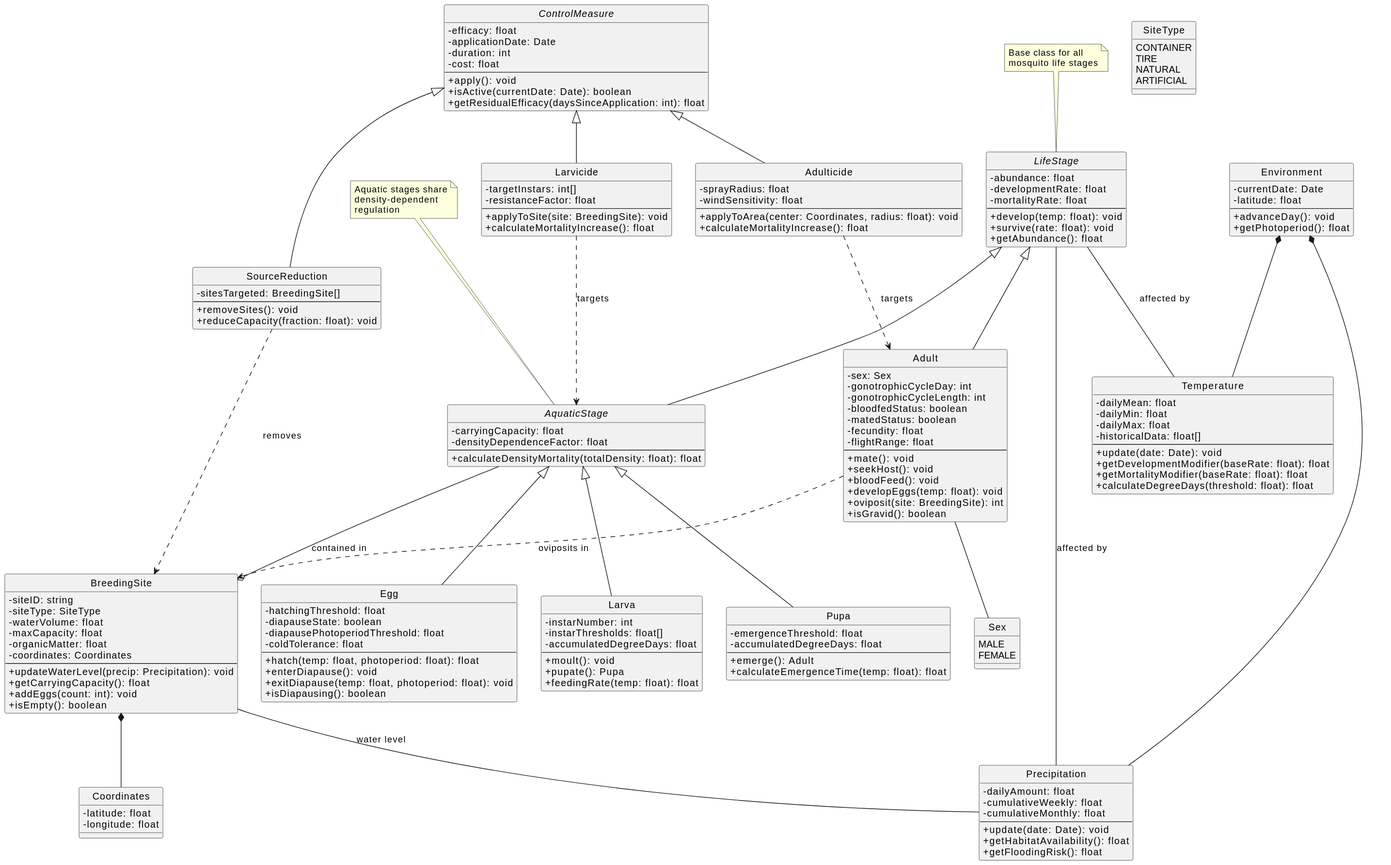
The PlantUML diagram plantuml/figures/AedesClassDiagram.svg in sciom/aedes-uml-framework, before a commit. Source of this version:
```plantuml
@startuml
skinparam classAttributeIconSize 0
hide circle

abstract class LifeStage {
  - abundance: float
  - developmentRate: float
  - mortalityRate: float
  --
  + develop(temp: float): void
  + survive(rate: float): void
  + getAbundance(): float
}

abstract class AquaticStage {
  - carryingCapacity: float
  - densityDependenceFactor: float
  --
  + calculateDensityMortality(totalDensity: float): float
}

class Egg {
  - hatchingThreshold: float
  - diapauseState: boolean
  - diapausePhotoperiodThreshold: float
  - coldTolerance: float
  --
  + hatch(temp: float, photoperiod: float): float
  + enterDiapause(): void
  + exitDiapause(temp: float, photoperiod: float): void
  + isDiapausing(): boolean
}

class Larva {
  - instarNumber: int
  - instarThresholds: float[]
  - accumulatedDegreeDays: float
  --
  + moult(): void
  + pupate(): Pupa
  + feedingRate(temp: float): float
}

class Pupa {
  - emergenceThreshold: float
  - accumulatedDegreeDays: float
  --
  + emerge(): Adult
  + calculateEmergenceTime(temp: float): float
}

class Adult {
  - sex: Sex
  - gonotrophicCycleDay: int
  - gonotrophicCycleLength: int
  - bloodfedStatus: boolean
  - matedStatus: boolean
  - fecundity: float
  - flightRange: float
  --
  + mate(): void
  + seekHost(): void
  + bloodFeed(): void
  + developEggs(temp: float): void
  + oviposit(site: BreedingSite): int
  + isGravid(): boolean
}

enum Sex {
  MALE
  FEMALE
}

class Environment {
  - currentDate: Date
  - latitude: float
  --
  + advanceDay(): void
  + getPhotoperiod(): float
}

class Temperature {
  - dailyMean: float
  - dailyMin: float
  - dailyMax: float
  - historicalData: float[]
  --
  + update(date: Date): void
  + getDevelopmentModifier(baseRate: float): float
  + getMortalityModifier(baseRate: float): float
  + calculateDegreeDays(threshold: float): float
}

class Precipitation {
  - dailyAmount: float
  - cumulativeWeekly: float
  - cumulativeMonthly: float
  --
  + update(date: Date): void
  + getHabitatAvailability(): float
  + getFloodingRisk(): float
}

class BreedingSite {
  - siteID: string
  - siteType: SiteType
  - waterVolume: float
  - maxCapacity: float
  - organicMatter: float
  - coordinates: Coordinates
  --
  + updateWaterLevel(precip: Precipitation): void
  + getCarryingCapacity(): float
  + addEggs(count: int): void
  + isEmpty(): boolean
}

enum SiteType {
  CONTAINER
  TIRE
  NATURAL
  ARTIFICIAL
}

class Coordinates {
  - latitude: float
  - longitude: float
}

abstract class ControlMeasure {
  - efficacy: float
  - applicationDate: Date
  - duration: int
  - cost: float
  --
  + apply(): void
  + isActive(currentDate: Date): boolean
  + getResidualEfficacy(daysSinceApplication: int): float
}

class Larvicide {
  - targetInstars: int[]
  - resistanceFactor: float
  --
  + applyToSite(site: BreedingSite): void
  + calculateMortalityIncrease(): float
}

class Adulticide {
  - sprayRadius: float
  - windSensitivity: float
  --
  + applyToArea(center: Coordinates, radius: float): void
  + calculateMortalityIncrease(): float
}

class SourceReduction {
  - sitesTargeted: BreedingSite[]
  --
  + removeSites(): void
  + reduceCapacity(fraction: float): void
}

LifeStage <|-- AquaticStage
AquaticStage <|-- Egg
AquaticStage <|-- Larva
AquaticStage <|-- Pupa
LifeStage <|-- Adult

ControlMeasure <|-- Larvicide
ControlMeasure <|-- Adulticide
ControlMeasure <|-- SourceReduction

Environment *-- Temperature
Environment *-- Precipitation

LifeStage -- Temperature : affected by
LifeStage -- Precipitation : affected by

AquaticStage --o BreedingSite : contained in
Adult ..> BreedingSite : oviposits in

BreedingSite *-- Coordinates
BreedingSite -- Precipitation : water level

Larvicide ..> AquaticStage : targets
Adulticide ..> Adult : targets
SourceReduction ..> BreedingSite : removes

Adult -- Sex

note "Base class for all\nmosquito life stages" as N1
N1 .. LifeStage

note "Aquatic stages share\ndensity-dependent\nregulation" as N2
N2 .. AquaticStage
@enduml
```
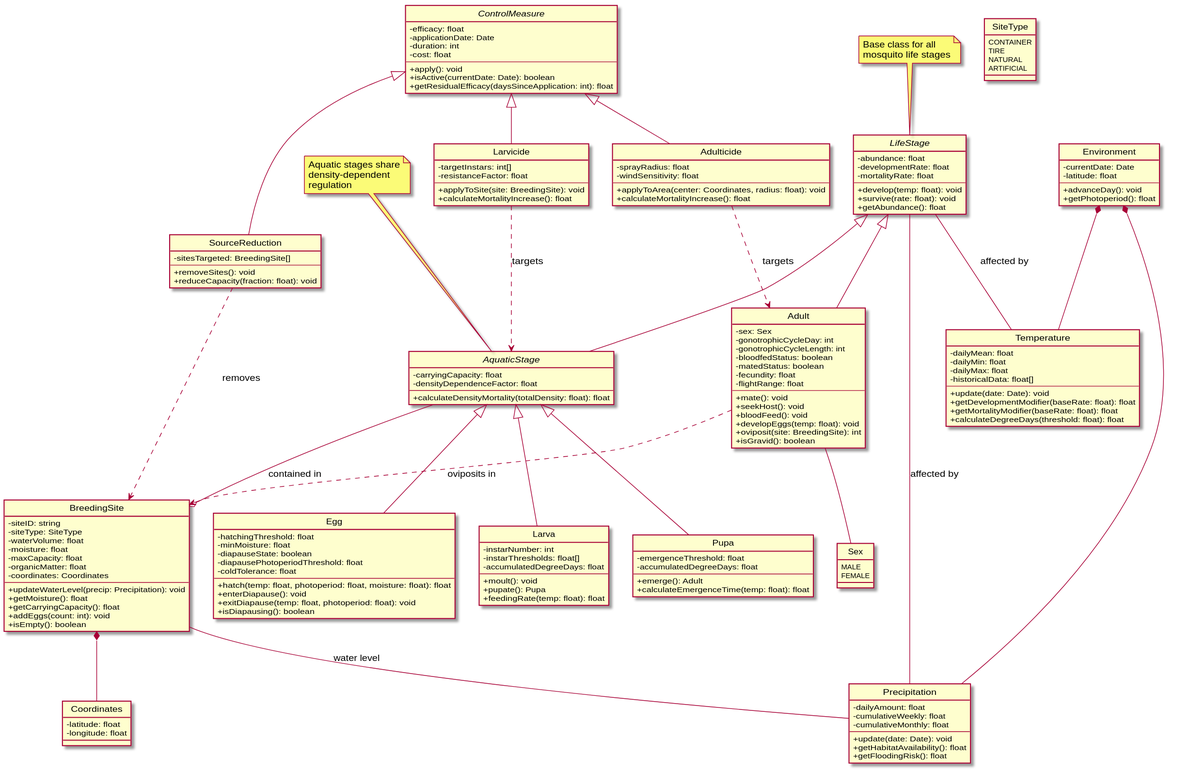
After the change.

Change to the diagram source:
```diff
@@ -1,4 +1,5 @@
-@startuml
+@startuml AedesClassDiagram
+
 skinparam classAttributeIconSize 0
 hide circle
 
@@ -21,11 +22,12 @@
 
 class Egg {
   - hatchingThreshold: float
+  - minMoisture: float
   - diapauseState: boolean
   - diapausePhotoperiodThreshold: float
   - coldTolerance: float
   --
-  + hatch(temp: float, photoperiod: float): float
+  + hatch(temp: float, photoperiod: float, moisture: float): float
   + enterDiapause(): void
   + exitDiapause(temp: float, photoperiod: float): void
   + isDiapausing(): boolean
@@ -105,11 +107,13 @@
   - siteID: string
   - siteType: SiteType
   - waterVolume: float
+  - moisture: float
   - maxCapacity: float
   - organicMatter: float
   - coordinates: Coordinates
   --
   + updateWaterLevel(precip: Precipitation): void
+  + getMoisture(): float
   + getCarryingCapacity(): float
   + addEggs(count: int): void
   + isEmpty(): boolean
@@ -194,4 +198,5 @@
 
 note "Aquatic stages share\ndensity-dependent\nregulation" as N2
 N2 .. AquaticStage
+
 @enduml
```
